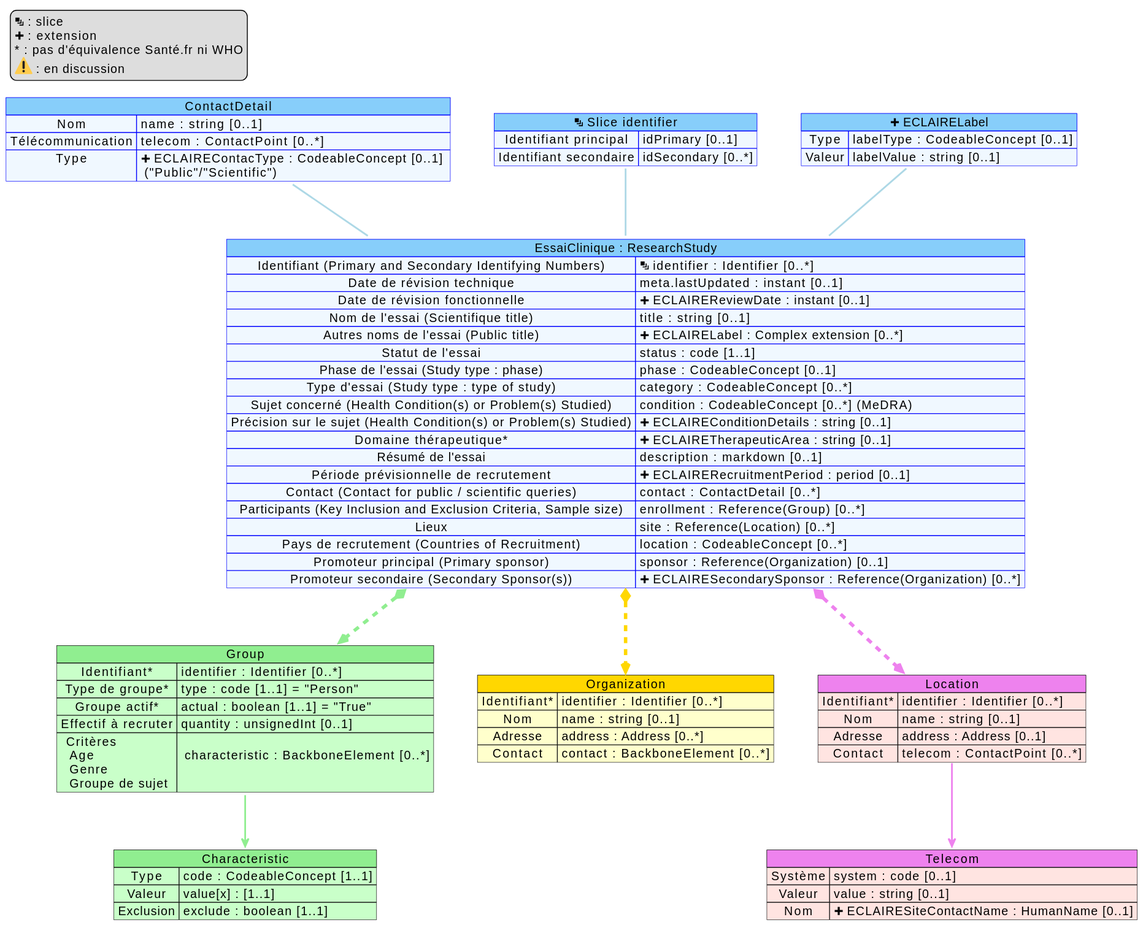
This is input/images/mappingResearchStudy.svg from ansforge/essais-cliniques, a PlantUML export, as it was before one commit.
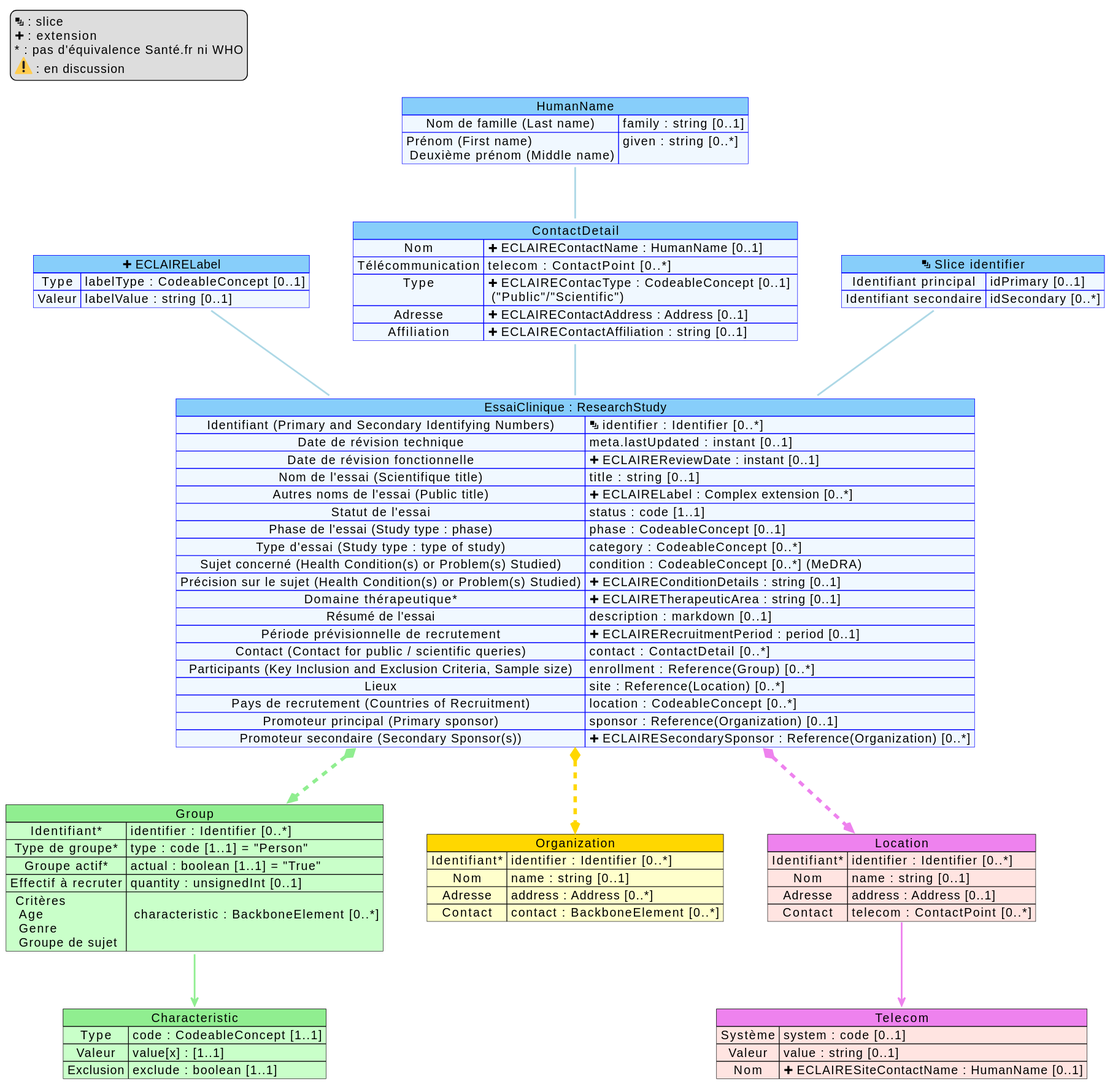
After the change.

The edit, as a diff of the source:
```diff
@@ -3,6 +3,14 @@
     Nom => name :  string [0..1]
     Télécommunication => telecom :  ContactPoint [0..*]
     Type => <&plus> ECLAIREContacType :  CodeableConcept [0..1] \n ("Public"/"Scientific")
+    Adresse => <&plus> ECLAIREContactAddress : Address [0..1]
+    Affiliation => <&plus> ECLAIREContactAffiliation : string [0..1]
+    Nom => <&plus> ECLAIREContactName : HumanName [0..1]
+}
+
+map "HumanName" as slice_name #back:AliceBlue;header:LightSkyBlue;line:blue {
+    Nom de famille (Last name) => family : string [0..1]
+    Prénom (First name) \n Deuxième prénom (Middle name) => given : string [0..*]
 }
 
 map "<&layers> Slice identifier" as slice_identifier #back:AliceBlue;header:LightSkyBlue;line:blue {
@@ -79,6 +87,8 @@
 slice_identifier --[#lightBlue,thickness=2] RS
 Contact --[#lightBlue,thickness=2] RS
 label --[#lightBlue,thickness=2] RS
+slice_name --[#lightBlue,thickness=2] Contact
+Contact -[hidden] slice_identifier
 
 Group -[hidden] Organization
 
```
